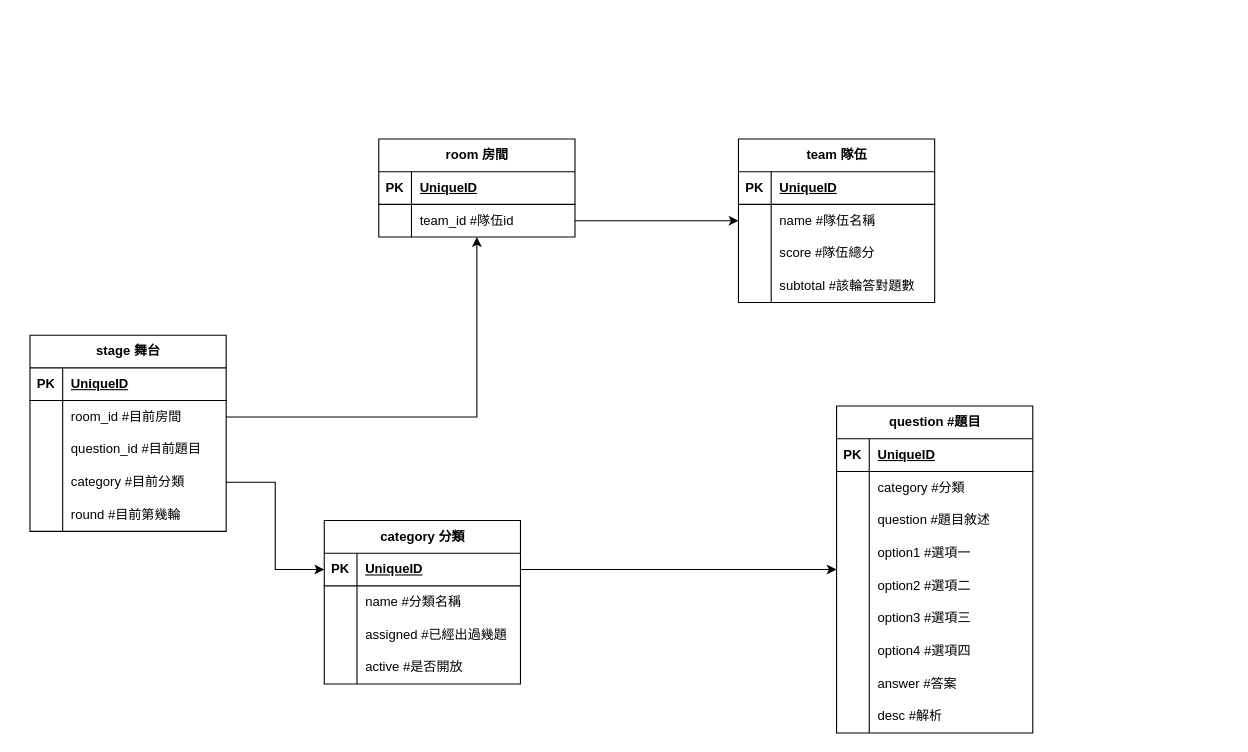
Before: design/database.drawio in chang5709/animated-spoon, a draw.io diagram. Source tidied: cells renumbered, new cells numbered last; positions are measured from the earlier drawing's top-left corner, leaving out a move shared by most shapes. Both pictures are drawn from the tidied source at 109%, with x=0, y=0 at pixel (29, 138).
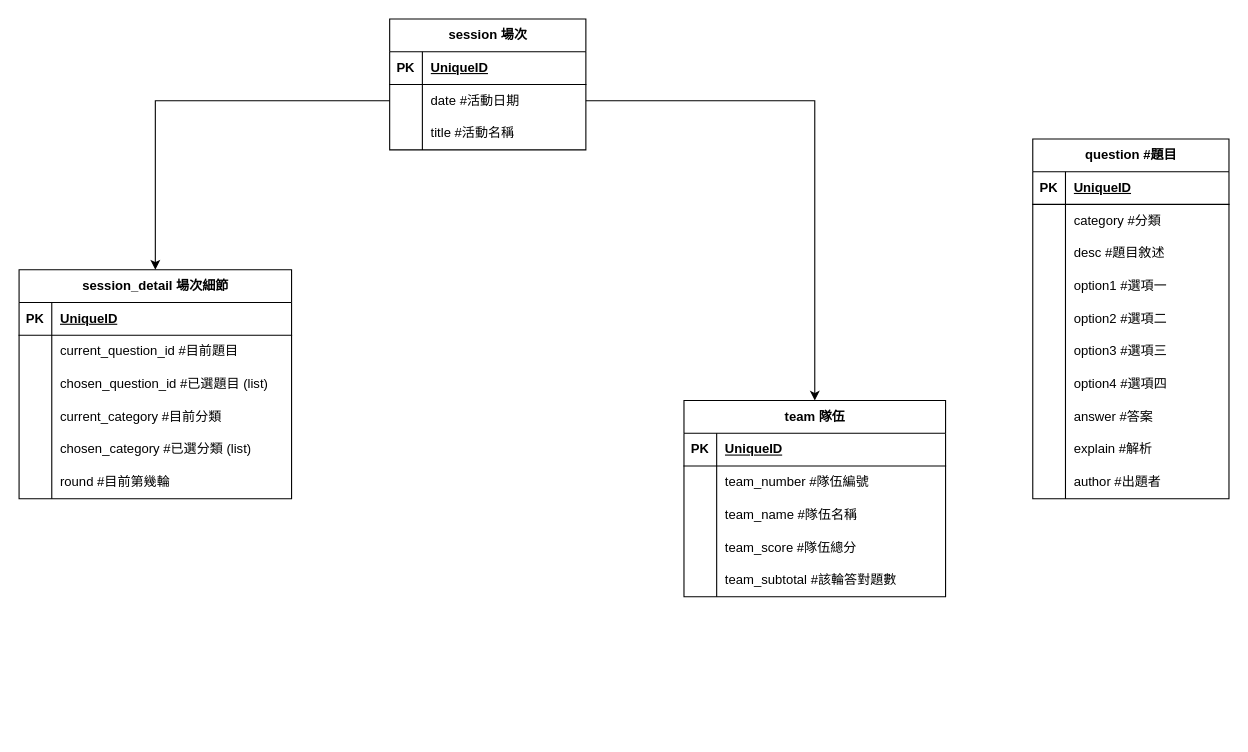
After the change.

The change refers to these unchanged cells:
```xml
<mxCell id="9" style="shape=tableRow;horizontal=0;startSize=0;swimlaneHead=0;swimlaneBody=0;fillColor=none;top=0;left=0;right=0;bottom=0;" parent="2" vertex="1">
  <mxGeometry y="90" width="180" height="30" as="geometry" />
</mxCell>
<mxCell id="27" style="shape=tableRow;horizontal=0;startSize=0;swimlaneHead=0;swimlaneBody=0;fillColor=none;top=0;left=0;right=0;bottom=0;" parent="2" vertex="1">
  <mxGeometry y="270" width="180" height="30" as="geometry" />
</mxCell>
<mxCell id="34" style="shape=tableRow;horizontal=0;startSize=0;swimlaneHead=0;swimlaneBody=0;fillColor=none;points=[[0,0.5],[1,0.5]];portConstraint=eastwest;top=0;left=0;right=0;bottom=0;" parent="30" vertex="1">
  <mxGeometry y="60" width="180" height="30" as="geometry" />
</mxCell>
```

Change to the diagram source:
```diff
@@
     <mxCell id="2" value="question #題目" style="shape=table;startSize=30;childLayout=tableLayout;rowLines=0;fontStyle=1;align=center;html=1;" parent="1" vertex="1">
-      <mxGeometry x="740" y="245" width="180" height="300" as="geometry" />
+      <mxGeometry x="920" width="180" height="330" as="geometry" />
     </mxCell>
@@
-    <mxCell id="11" value="question #題目敘述" style="shape=partialRectangle;fillColor=none;top=0;left=0;bottom=0;right=0;align=left;spacingLeft=6;overflow=hidden;whiteSpace=wrap;html=1;" parent="9" vertex="1">
+    <mxCell id="11" value="desc #題目敘述" style="shape=partialRectangle;fillColor=none;top=0;left=0;bottom=0;right=0;align=left;spacingLeft=6;overflow=hidden;whiteSpace=wrap;html=1;" parent="9" vertex="1">
       <mxGeometry x="30" width="150" height="30" as="geometry" />
     </mxCell>
@@
-    <mxCell id="29" value="desc #解析" style="shape=partialRectangle;fillColor=none;top=0;left=0;bottom=0;right=0;align=left;spacingLeft=6;overflow=hidden;whiteSpace=wrap;html=1;" parent="27" vertex="1">
+    <mxCell id="29" value="explain #解析" style="shape=partialRectangle;fillColor=none;top=0;left=0;bottom=0;right=0;align=left;spacingLeft=6;overflow=hidden;whiteSpace=wrap;html=1;" parent="27" vertex="1">
       <mxGeometry x="30" width="150" height="30" as="geometry" />
     </mxCell>
+    <mxCell id="83" style="shape=tableRow;horizontal=0;startSize=0;swimlaneHead=0;swimlaneBody=0;fillColor=none;top=0;left=0;right=0;bottom=0;" parent="2" vertex="1">
+      <mxGeometry y="300" width="180" height="30" as="geometry" />
+    </mxCell>
+    <mxCell id="84" style="shape=partialRectangle;fillColor=none;top=0;left=0;bottom=0;right=0;overflow=hidden;whiteSpace=wrap;html=1;" parent="83" vertex="1">
+      <mxGeometry width="30" height="30" as="geometry" />
+    </mxCell>
+    <mxCell id="85" value="author #出題者" style="shape=partialRectangle;fillColor=none;top=0;left=0;bottom=0;right=0;align=left;spacingLeft=6;overflow=hidden;whiteSpace=wrap;html=1;" parent="83" vertex="1">
+      <mxGeometry x="30" width="150" height="30" as="geometry" />
+    </mxCell>
-    <mxCell id="30" value="room 房間" style="shape=table;startSize=30;childLayout=tableLayout;rowLines=0;fontStyle=1;align=center;html=1;" parent="1" vertex="1">
-      <mxGeometry x="320" width="180" height="90" as="geometry" />
+    <mxCell id="30" value="session 場次" style="shape=table;startSize=30;childLayout=tableLayout;rowLines=0;fontStyle=1;align=center;html=1;" parent="1" vertex="1">
+      <mxGeometry x="330" y="-110" width="180" height="120" as="geometry" />
     </mxCell>
@@
-    <mxCell id="36" value="team_id #隊伍id" style="shape=partialRectangle;fillColor=none;top=0;left=0;bottom=0;right=0;align=left;spacingLeft=6;overflow=hidden;whiteSpace=wrap;html=1;" parent="34" vertex="1">
+    <mxCell id="36" value="date #活動日期" style="shape=partialRectangle;fillColor=none;top=0;left=0;bottom=0;right=0;align=left;spacingLeft=6;overflow=hidden;whiteSpace=wrap;html=1;" parent="34" vertex="1">
       <mxGeometry x="30" width="150" height="30" as="geometry" />
     </mxCell>
+    <mxCell id="73" style="shape=tableRow;horizontal=0;startSize=0;swimlaneHead=0;swimlaneBody=0;fillColor=none;top=0;left=0;right=0;bottom=0;" parent="30" vertex="1">
+      <mxGeometry y="90" width="180" height="30" as="geometry" />
+    </mxCell>
+    <mxCell id="86" style="shape=partialRectangle;fillColor=none;top=0;left=0;bottom=0;right=0;overflow=hidden;whiteSpace=wrap;html=1;" parent="73" vertex="1">
+      <mxGeometry width="30" height="30" as="geometry" />
+    </mxCell>
+    <mxCell id="87" value="title #活動名稱" style="shape=partialRectangle;fillColor=none;top=0;left=0;bottom=0;right=0;align=left;spacingLeft=6;overflow=hidden;whiteSpace=wrap;html=1;" parent="73" vertex="1">
+      <mxGeometry x="30" width="150" height="30" as="geometry" />
+    </mxCell>
     <mxCell id="37" value="team 隊伍" style="shape=table;startSize=30;childLayout=tableLayout;rowLines=0;fontStyle=1;align=center;html=1;" parent="1" vertex="1">
-      <mxGeometry x="650" width="180" height="150" as="geometry" />
+      <mxGeometry x="600" y="240" width="240" height="180" as="geometry" />
     </mxCell>
     <mxCell id="38" style="shape=tableRow;horizontal=0;startSize=0;swimlaneHead=0;swimlaneBody=0;fillColor=none;top=0;left=0;right=0;bottom=1;" parent="37" vertex="1">
-      <mxGeometry y="30" width="180" height="30" as="geometry" />
+      <mxGeometry y="30" width="240" height="30" as="geometry" />
     </mxCell>
@@
     <mxCell id="40" value="UniqueID" style="shape=partialRectangle;fillColor=none;top=0;left=0;bottom=0;right=0;align=left;spacingLeft=6;fontStyle=5;overflow=hidden;whiteSpace=wrap;html=1;" parent="38" vertex="1">
-      <mxGeometry x="30" width="150" height="30" as="geometry" />
+      <mxGeometry x="30" width="210" height="30" as="geometry" />
     </mxCell>
     <mxCell id="41" style="shape=tableRow;horizontal=0;startSize=0;swimlaneHead=0;swimlaneBody=0;fillColor=none;top=0;left=0;right=0;bottom=0;" parent="37" vertex="1">
-      <mxGeometry y="60" width="180" height="30" as="geometry" />
+      <mxGeometry y="60" width="240" height="30" as="geometry" />
     </mxCell>
@@
-    <mxCell id="43" value="name #隊伍名稱" style="shape=partialRectangle;fillColor=none;top=0;left=0;bottom=0;right=0;align=left;spacingLeft=6;overflow=hidden;whiteSpace=wrap;html=1;" parent="41" vertex="1">
-      <mxGeometry x="30" width="150" height="30" as="geometry" />
+    <mxCell id="43" value="team_number #隊伍編號" style="shape=partialRectangle;fillColor=none;top=0;left=0;bottom=0;right=0;align=left;spacingLeft=6;overflow=hidden;whiteSpace=wrap;html=1;" parent="41" vertex="1">
+      <mxGeometry x="30" width="210" height="30" as="geometry" />
     </mxCell>
+    <mxCell id="88" style="shape=tableRow;horizontal=0;startSize=0;swimlaneHead=0;swimlaneBody=0;fillColor=none;top=0;left=0;right=0;bottom=0;" parent="37" vertex="1">
+      <mxGeometry y="90" width="240" height="30" as="geometry" />
+    </mxCell>
+    <mxCell id="89" style="shape=partialRectangle;fillColor=none;top=0;left=0;bottom=0;right=0;overflow=hidden;whiteSpace=wrap;html=1;" parent="88" vertex="1">
+      <mxGeometry width="30" height="30" as="geometry" />
+    </mxCell>
+    <mxCell id="90" value="team_name #隊伍名稱" style="shape=partialRectangle;fillColor=none;top=0;left=0;bottom=0;right=0;align=left;spacingLeft=6;overflow=hidden;whiteSpace=wrap;html=1;" parent="88" vertex="1">
+      <mxGeometry x="30" width="210" height="30" as="geometry" />
+    </mxCell>
     <mxCell id="44" style="shape=tableRow;horizontal=0;startSize=0;swimlaneHead=0;swimlaneBody=0;fillColor=none;top=0;left=0;right=0;bottom=0;" parent="37" vertex="1">
-      <mxGeometry y="90" width="180" height="30" as="geometry" />
+      <mxGeometry y="120" width="240" height="30" as="geometry" />
     </mxCell>
@@
-    <mxCell id="46" value="score #隊伍總分" style="shape=partialRectangle;fillColor=none;top=0;left=0;bottom=0;right=0;align=left;spacingLeft=6;overflow=hidden;whiteSpace=wrap;html=1;" parent="44" vertex="1">
-      <mxGeometry x="30" width="150" height="30" as="geometry" />
+    <mxCell id="46" value="team_score #隊伍總分" style="shape=partialRectangle;fillColor=none;top=0;left=0;bottom=0;right=0;align=left;spacingLeft=6;overflow=hidden;whiteSpace=wrap;html=1;" parent="44" vertex="1">
+      <mxGeometry x="30" width="210" height="30" as="geometry" />
     </mxCell>
     <mxCell id="47" style="shape=tableRow;horizontal=0;startSize=0;swimlaneHead=0;swimlaneBody=0;fillColor=none;top=0;left=0;right=0;bottom=0;" parent="37" vertex="1">
-      <mxGeometry y="120" width="180" height="30" as="geometry" />
+      <mxGeometry y="150" width="240" height="30" as="geometry" />
     </mxCell>
@@
-    <mxCell id="49" value="subtotal #該輪答對題數" style="shape=partialRectangle;fillColor=none;top=0;left=0;bottom=0;right=0;align=left;spacingLeft=6;overflow=hidden;whiteSpace=wrap;html=1;" parent="47" vertex="1">
-      <mxGeometry x="30" width="150" height="30" as="geometry" />
+    <mxCell id="49" value="team_subtotal #該輪答對題數" style="shape=partialRectangle;fillColor=none;top=0;left=0;bottom=0;right=0;align=left;spacingLeft=6;overflow=hidden;whiteSpace=wrap;html=1;" parent="47" vertex="1">
+      <mxGeometry x="30" width="210" height="30" as="geometry" />
     </mxCell>
-    <mxCell id="50" value="stage 舞台" style="shape=table;startSize=30;childLayout=tableLayout;rowLines=0;fontStyle=1;align=center;html=1;" parent="1" vertex="1">
-      <mxGeometry y="180" width="180" height="180" as="geometry" />
+    <mxCell id="50" value="session_detail 場次細節" style="shape=table;startSize=30;childLayout=tableLayout;rowLines=0;fontStyle=1;align=center;html=1;" parent="1" vertex="1">
+      <mxGeometry x="-10" y="120" width="250" height="210" as="geometry" />
     </mxCell>
     <mxCell id="51" style="shape=tableRow;horizontal=0;startSize=0;swimlaneHead=0;swimlaneBody=0;fillColor=none;top=0;left=0;right=0;bottom=1;" parent="50" vertex="1">
-      <mxGeometry y="30" width="180" height="30" as="geometry" />
+      <mxGeometry y="30" width="250" height="30" as="geometry" />
     </mxCell>
@@
     <mxCell id="53" value="UniqueID" style="shape=partialRectangle;fillColor=none;top=0;left=0;bottom=0;right=0;align=left;spacingLeft=6;fontStyle=5;overflow=hidden;whiteSpace=wrap;html=1;" parent="51" vertex="1">
-      <mxGeometry x="30" width="150" height="30" as="geometry" />
+      <mxGeometry x="30" width="220" height="30" as="geometry" />
     </mxCell>
-    <mxCell id="54" style="shape=tableRow;horizontal=0;startSize=0;swimlaneHead=0;swimlaneBody=0;fillColor=none;points=[[0,0.5],[1,0.5]];portConstraint=eastwest;top=0;left=0;right=0;bottom=0;" parent="50" vertex="1">
-      <mxGeometry y="60" width="180" height="30" as="geometry" />
-    </mxCell>
-    <mxCell id="55" style="shape=partialRectangle;fillColor=none;top=0;left=0;bottom=0;right=0;overflow=hidden;whiteSpace=wrap;html=1;" parent="54" vertex="1">
-      <mxGeometry width="30" height="30" as="geometry" />
-    </mxCell>
-    <mxCell id="56" value="room_id #目前房間" style="shape=partialRectangle;fillColor=none;top=0;left=0;bottom=0;right=0;align=left;spacingLeft=6;overflow=hidden;whiteSpace=wrap;html=1;" parent="54" vertex="1">
-      <mxGeometry x="30" width="150" height="30" as="geometry" />
-    </mxCell>
     <mxCell id="57" style="shape=tableRow;horizontal=0;startSize=0;swimlaneHead=0;swimlaneBody=0;fillColor=none;top=0;left=0;right=0;bottom=0;" parent="50" vertex="1">
-      <mxGeometry y="90" width="180" height="30" as="geometry" />
+      <mxGeometry y="60" width="250" height="30" as="geometry" />
     </mxCell>
@@
-    <mxCell id="59" value="question_id #目前題目" style="shape=partialRectangle;fillColor=none;top=0;left=0;bottom=0;right=0;align=left;spacingLeft=6;overflow=hidden;whiteSpace=wrap;html=1;" parent="57" vertex="1">
-      <mxGeometry x="30" width="150" height="30" as="geometry" />
+    <mxCell id="59" value="current_question_id #目前題目" style="shape=partialRectangle;fillColor=none;top=0;left=0;bottom=0;right=0;align=left;spacingLeft=6;overflow=hidden;whiteSpace=wrap;html=1;" parent="57" vertex="1">
+      <mxGeometry x="30" width="220" height="30" as="geometry" />
     </mxCell>
+    <mxCell id="91" style="shape=tableRow;horizontal=0;startSize=0;swimlaneHead=0;swimlaneBody=0;fillColor=none;top=0;left=0;right=0;bottom=0;" parent="50" vertex="1">
+      <mxGeometry y="90" width="250" height="30" as="geometry" />
+    </mxCell>
+    <mxCell id="92" style="shape=partialRectangle;fillColor=none;top=0;left=0;bottom=0;right=0;overflow=hidden;whiteSpace=wrap;html=1;" parent="91" vertex="1">
+      <mxGeometry width="30" height="30" as="geometry" />
+    </mxCell>
+    <mxCell id="93" value="chosen_question_id #已選題目 (list)" style="shape=partialRectangle;fillColor=none;top=0;left=0;bottom=0;right=0;align=left;spacingLeft=6;overflow=hidden;whiteSpace=wrap;html=1;" parent="91" vertex="1">
+      <mxGeometry x="30" width="220" height="30" as="geometry" />
+    </mxCell>
     <mxCell id="60" style="shape=tableRow;horizontal=0;startSize=0;swimlaneHead=0;swimlaneBody=0;fillColor=none;points=[[0,0.5],[1,0.5]];portConstraint=eastwest;top=0;left=0;right=0;bottom=0;" parent="50" vertex="1">
-      <mxGeometry y="120" width="180" height="30" as="geometry" />
+      <mxGeometry y="120" width="250" height="30" as="geometry" />
     </mxCell>
@@
-    <mxCell id="62" value="category #目前分類" style="shape=partialRectangle;fillColor=none;top=0;left=0;bottom=0;right=0;align=left;spacingLeft=6;overflow=hidden;whiteSpace=wrap;html=1;" parent="60" vertex="1">
-      <mxGeometry x="30" width="150" height="30" as="geometry" />
+    <mxCell id="62" value="current_category #目前分類" style="shape=partialRectangle;fillColor=none;top=0;left=0;bottom=0;right=0;align=left;spacingLeft=6;overflow=hidden;whiteSpace=wrap;html=1;" parent="60" vertex="1">
+      <mxGeometry x="30" width="220" height="30" as="geometry" />
     </mxCell>
+    <mxCell id="94" style="shape=tableRow;horizontal=0;startSize=0;swimlaneHead=0;swimlaneBody=0;fillColor=none;top=0;left=0;right=0;bottom=0;" parent="50" vertex="1">
+      <mxGeometry y="150" width="250" height="30" as="geometry" />
+    </mxCell>
+    <mxCell id="95" style="shape=partialRectangle;fillColor=none;top=0;left=0;bottom=0;right=0;overflow=hidden;whiteSpace=wrap;html=1;" parent="94" vertex="1">
+      <mxGeometry width="30" height="30" as="geometry" />
+    </mxCell>
+    <mxCell id="96" value="chosen_category #已選分類 (list&lt;span style=&quot;background-color: initial;&quot;&gt;)&lt;/span&gt;" style="shape=partialRectangle;fillColor=none;top=0;left=0;bottom=0;right=0;align=left;spacingLeft=6;overflow=hidden;whiteSpace=wrap;html=1;" parent="94" vertex="1">
+      <mxGeometry x="30" width="220" height="30" as="geometry" />
+    </mxCell>
     <mxCell id="63" style="shape=tableRow;horizontal=0;startSize=0;swimlaneHead=0;swimlaneBody=0;fillColor=none;top=0;left=0;right=0;bottom=0;" parent="50" vertex="1">
-      <mxGeometry y="150" width="180" height="30" as="geometry" />
+      <mxGeometry y="180" width="250" height="30" as="geometry" />
     </mxCell>
@@
     <mxCell id="65" value="round #目前第幾輪" style="shape=partialRectangle;fillColor=none;top=0;left=0;bottom=0;right=0;align=left;spacingLeft=6;overflow=hidden;whiteSpace=wrap;html=1;" parent="63" vertex="1">
-      <mxGeometry x="30" width="150" height="30" as="geometry" />
+      <mxGeometry x="30" width="220" height="30" as="geometry" />
     </mxCell>
-    <mxCell id="66" value="category 分類" style="shape=table;startSize=30;childLayout=tableLayout;rowLines=0;fontStyle=1;align=center;html=1;" parent="1" vertex="1">
-      <mxGeometry x="270" y="350" width="180" height="150" as="geometry" />
-    </mxCell>
-    <mxCell id="67" style="shape=tableRow;horizontal=0;startSize=0;swimlaneHead=0;swimlaneBody=0;fillColor=none;points=[[0,0.5],[1,0.5]];portConstraint=eastwest;top=0;left=0;right=0;bottom=1;" parent="66" vertex="1">
-      <mxGeometry y="30" width="180" height="30" as="geometry" />
-    </mxCell>
-    <mxCell id="68" value="PK" style="shape=partialRectangle;fillColor=none;top=0;left=0;bottom=0;right=0;fontStyle=1;overflow=hidden;whiteSpace=wrap;html=1;" parent="67" vertex="1">
-      <mxGeometry width="30" height="30" as="geometry" />
-    </mxCell>
-    <mxCell id="69" value="UniqueID" style="shape=partialRectangle;fillColor=none;top=0;left=0;bottom=0;right=0;align=left;spacingLeft=6;fontStyle=5;overflow=hidden;whiteSpace=wrap;html=1;" parent="67" vertex="1">
-      <mxGeometry x="30" width="150" height="30" as="geometry" />
-    </mxCell>
-    <mxCell id="70" style="shape=tableRow;horizontal=0;startSize=0;swimlaneHead=0;swimlaneBody=0;fillColor=none;top=0;left=0;right=0;bottom=0;" parent="66" vertex="1">
-      <mxGeometry y="60" width="180" height="30" as="geometry" />
-    </mxCell>
-    <mxCell id="71" style="shape=partialRectangle;fillColor=none;top=0;left=0;bottom=0;right=0;overflow=hidden;whiteSpace=wrap;html=1;" parent="70" vertex="1">
-      <mxGeometry width="30" height="30" as="geometry" />
-    </mxCell>
-    <mxCell id="72" value="name #分類名稱" style="shape=partialRectangle;fillColor=none;top=0;left=0;bottom=0;right=0;align=left;spacingLeft=6;overflow=hidden;whiteSpace=wrap;html=1;" parent="70" vertex="1">
-      <mxGeometry x="30" width="150" height="30" as="geometry" />
-    </mxCell>
-    <mxCell id="73" style="shape=tableRow;horizontal=0;startSize=0;swimlaneHead=0;swimlaneBody=0;fillColor=none;top=0;left=0;right=0;bottom=0;" parent="66" vertex="1">
-      <mxGeometry y="90" width="180" height="30" as="geometry" />
-    </mxCell>
-    <mxCell id="74" style="shape=partialRectangle;fillColor=none;top=0;left=0;bottom=0;right=0;overflow=hidden;whiteSpace=wrap;html=1;" parent="73" vertex="1">
-      <mxGeometry width="30" height="30" as="geometry" />
-    </mxCell>
-    <mxCell id="75" value="assigned #已經出過幾題" style="shape=partialRectangle;fillColor=none;top=0;left=0;bottom=0;right=0;align=left;spacingLeft=6;overflow=hidden;whiteSpace=wrap;html=1;" parent="73" vertex="1">
-      <mxGeometry x="30" width="150" height="30" as="geometry" />
-    </mxCell>
-    <mxCell id="76" style="shape=tableRow;horizontal=0;startSize=0;swimlaneHead=0;swimlaneBody=0;fillColor=none;top=0;left=0;right=0;bottom=0;" parent="66" vertex="1">
-      <mxGeometry y="120" width="180" height="30" as="geometry" />
-    </mxCell>
-    <mxCell id="77" style="shape=partialRectangle;fillColor=none;top=0;left=0;bottom=0;right=0;overflow=hidden;whiteSpace=wrap;html=1;" parent="76" vertex="1">
-      <mxGeometry width="30" height="30" as="geometry" />
-    </mxCell>
-    <mxCell id="78" value="active #是否開放" style="shape=partialRectangle;fillColor=none;top=0;left=0;bottom=0;right=0;align=left;spacingLeft=6;overflow=hidden;whiteSpace=wrap;html=1;" parent="76" vertex="1">
-      <mxGeometry x="30" width="150" height="30" as="geometry" />
-    </mxCell>
-    <mxCell id="79" style="edgeStyle=orthogonalEdgeStyle;rounded=0;jettySize=auto;html=1;" parent="1" edge="1" source="60" target="67">
-      <mxGeometry relative="1" as="geometry" />
-    </mxCell>
-    <mxCell id="80" style="edgeStyle=orthogonalEdgeStyle;rounded=0;jettySize=auto;html=1;" parent="1" edge="1" source="67" target="2">
-      <mxGeometry relative="1" as="geometry" />
-    </mxCell>
-    <mxCell id="81" style="edgeStyle=orthogonalEdgeStyle;rounded=0;jettySize=auto;html=1;" parent="1" edge="1" source="54" target="30">
-      <mxGeometry relative="1" as="geometry" />
-    </mxCell>
+    <mxCell id="97" style="edgeStyle=orthogonalEdgeStyle;rounded=0;jettySize=auto;html=1;" parent="1" edge="1" source="34" target="50">
+      <mxGeometry relative="1" as="geometry" />
+    </mxCell>
-    <mxCell id="82" style="edgeStyle=orthogonalEdgeStyle;rounded=0;jettySize=auto;html=1;" parent="1" edge="1" source="34" target="37">
+    <mxCell id="82" style="edgeStyle=orthogonalEdgeStyle;rounded=0;jettySize=auto;html=1;entryX=0.5;entryY=0;entryDx=0;entryDy=0;" parent="1" edge="1" source="34" target="37">
       <mxGeometry relative="1" as="geometry" />
     </mxCell>
```
